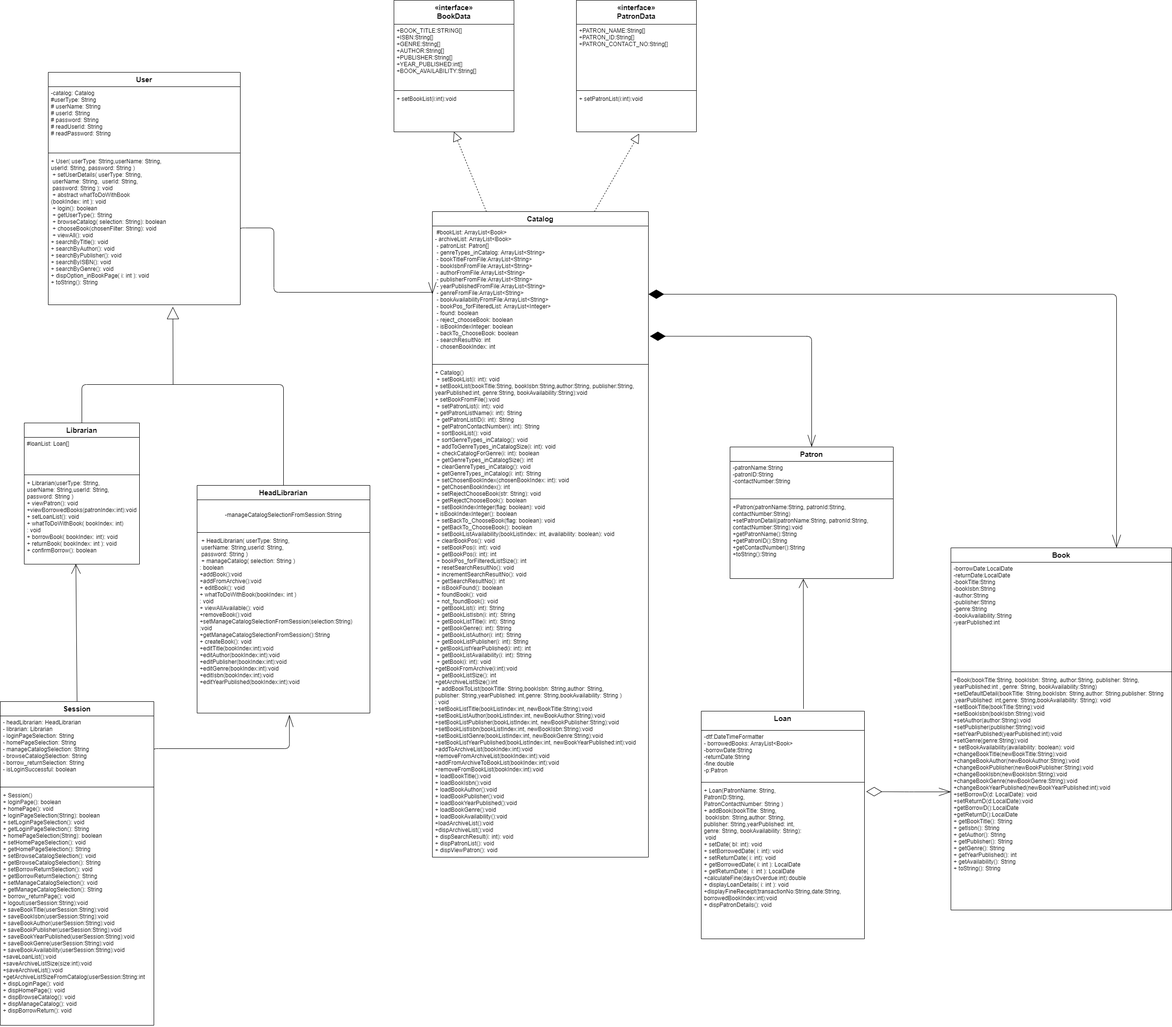
The draw.io diagram Library Management System/src/LMS_ClassDiagram.png in leonardHD0433/Library-Management-System, before a commit. Source tidied: cells renumbered, new cells last; positions are measured from the earlier drawing's top-left corner, leaving out a move shared by most shapes.
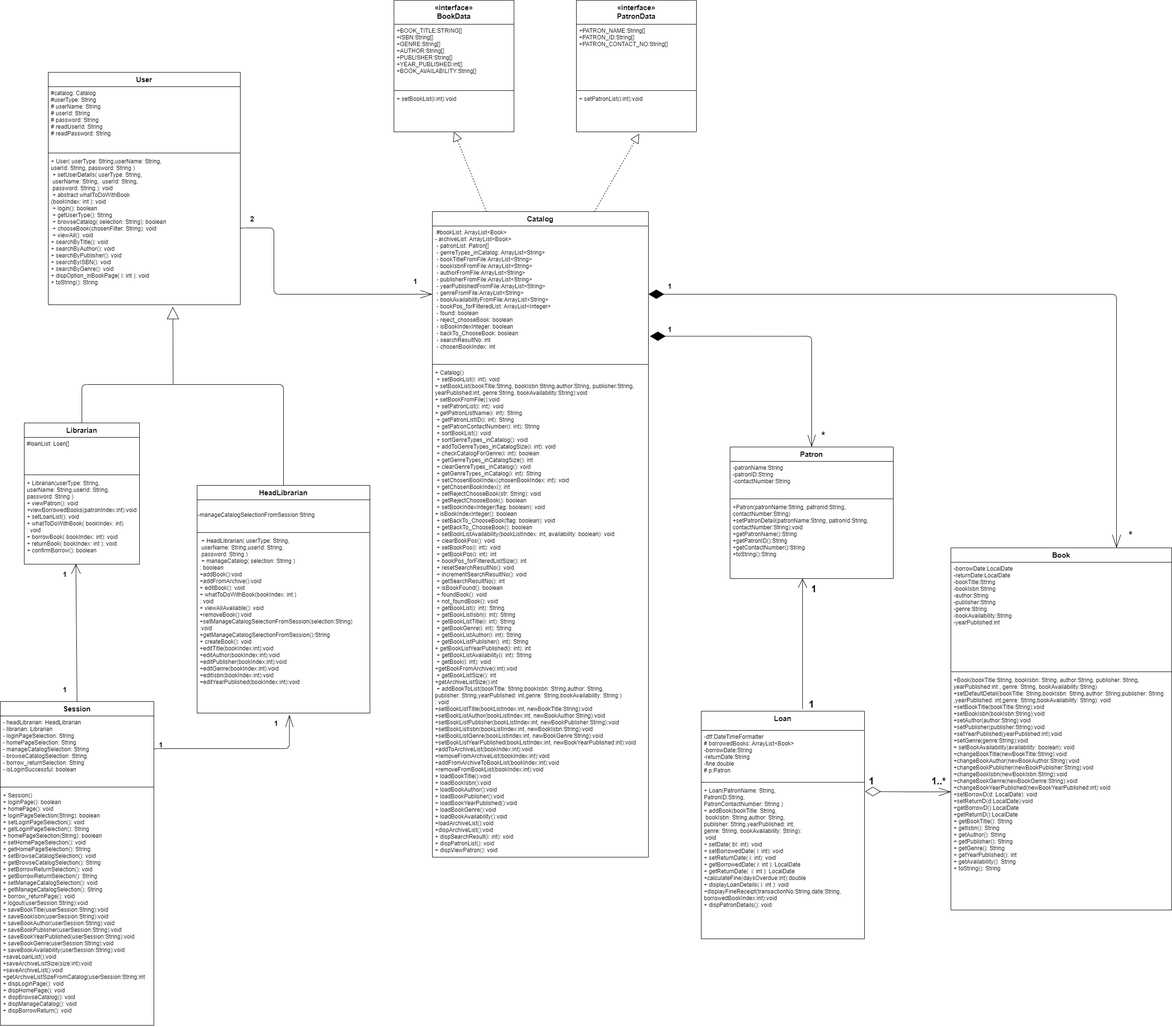
Later version of the same file.

What changed in the source:
```diff
@@ -38,7 +38,7 @@
     <mxCell id="13" value="Loan" style="swimlane;fontStyle=1;align=center;verticalAlign=top;horizontal=1;startSize=40;fontSize=15;" parent="1" vertex="1">
       <mxGeometry x="1460" y="1480" width="340" height="474" as="geometry" />
     </mxCell>
-    <mxCell id="14" value="-dtf:DateTimeFormatter&#10;- borrowedBooks: ArrayList&lt;Book&gt;&#10;-borrowDate:String&#10;-returnDate:String&#10;-fine:double&#10;-p:Patron" style="text;strokeColor=none;fillColor=none;align=left;verticalAlign=top;spacingLeft=4;spacingRight=4;overflow=hidden;" parent="13" vertex="1">
+    <mxCell id="14" value="-dtf:DateTimeFormatter&#10;# borrowedBooks: ArrayList&lt;Book&gt;&#10;-borrowDate:String&#10;-returnDate:String&#10;-fine:double&#10;# p:Patron" style="text;strokeColor=none;fillColor=none;align=left;verticalAlign=top;spacingLeft=4;spacingRight=4;overflow=hidden;" parent="13" vertex="1">
       <mxGeometry y="40" width="340" height="104" as="geometry" />
     </mxCell>
     <mxCell id="15" style="line;strokeWidth=1;fillColor=none;align=left;verticalAlign=middle;spacingTop=-1;spacingLeft=3;spacingRight=3;labelPosition=right;strokeColor=inherit;" parent="13" vertex="1">
@@ -65,7 +65,7 @@
     <mxCell id="22" value="User" style="swimlane;fontStyle=1;align=center;verticalAlign=top;horizontal=1;startSize=30;fontSize=15;" parent="1" vertex="1">
       <mxGeometry x="100" y="150" width="400" height="484" as="geometry" />
     </mxCell>
-    <mxCell id="23" value="-catalog: Catalog     &#10;#userType: String     &#10;# userName: String     &#10;# userId: String       &#10;# password: String     &#10;# readUserId: String  &#10;# readPassword: String " style="text;strokeColor=none;fillColor=none;align=left;verticalAlign=top;spacingLeft=4;spacingRight=4;overflow=hidden;" parent="22" vertex="1">
+    <mxCell id="23" value="#catalog: Catalog     &#10;#userType: String     &#10;# userName: String     &#10;# userId: String       &#10;# password: String     &#10;# readUserId: String  &#10;# readPassword: String " style="text;strokeColor=none;fillColor=none;align=left;verticalAlign=top;spacingLeft=4;spacingRight=4;overflow=hidden;" parent="22" vertex="1">
       <mxGeometry y="30" width="400" height="134" as="geometry" />
     </mxCell>
     <mxCell id="24" style="line;strokeWidth=1;fillColor=none;align=left;verticalAlign=middle;spacingTop=-1;spacingLeft=3;spacingRight=3;labelPosition=right;strokeColor=inherit;" parent="22" vertex="1">
@@ -85,7 +85,7 @@
     <mxCell id="27" value="HeadLibrarian" style="swimlane;fontStyle=1;align=center;verticalAlign=top;horizontal=1;startSize=30;fontSize=15;" parent="1" vertex="1">
       <mxGeometry x="410" y="1010" width="360" height="474" as="geometry" />
     </mxCell>
-    <mxCell id="28" value="-manageCatalogSelectionFromSession:String" style="text;strokeColor=none;align=center;fillColor=none;html=1;verticalAlign=middle;whiteSpace=wrap;rounded=0;" parent="27" vertex="1">
+    <mxCell id="28" value="-manageCatalogSelectionFromSession:String" style="text;strokeColor=none;align=left;fillColor=none;html=1;verticalAlign=middle;whiteSpace=wrap;rounded=0;" parent="27" vertex="1">
       <mxGeometry y="30" width="360" height="64" as="geometry" />
     </mxCell>
     <mxCell id="29" style="line;strokeWidth=1;fillColor=none;align=left;verticalAlign=middle;spacingTop=-1;spacingLeft=3;spacingRight=3;labelPosition=right;strokeColor=inherit;" parent="27" vertex="1">
@@ -115,11 +115,16 @@
     <mxCell id="35" value="+ Librarian(userType: String, &#10;userName: String,userId: String, &#10;password: String )                  &#10;+ viewPatron(): void&#10;+viewBorrowedBooks(patronIndex:int):void &#10;+ setLoanList(): void &#10;+ whatToDoWithBook( bookIndex: int)&#10;: void  &#10;+ borrowBook( bookIndex: int): void  &#10;+ returnBook( bookIndex: int ): void    &#10;+ confirmBorrow(): boolean " style="text;strokeColor=none;fillColor=none;align=left;verticalAlign=top;spacingLeft=4;spacingRight=4;overflow=hidden;points=[[0,0.5],[1,0.5]];portConstraint=eastwest;" parent="32" vertex="1">
       <mxGeometry y="112" width="240" height="182" as="geometry" />
     </mxCell>
-    <mxCell id="36" style="edgeStyle=elbowEdgeStyle;html=1;exitX=0;exitY=0.5;exitDx=0;exitDy=0;entryX=1.011;entryY=0.048;entryDx=0;entryDy=0;endArrow=diamondThin;endFill=0;endSize=30;startArrow=openThin;startFill=0;entryPerimeter=0;startSize=23;" parent="1" edge="1" source="6" target="16">
+    <mxCell id="36" style="edgeStyle=elbowEdgeStyle;html=1;exitX=0;exitY=0.5;exitDx=0;exitDy=0;entryX=1.003;entryY=0.047;entryDx=0;entryDy=0;endArrow=diamondThin;endFill=0;endSize=30;startArrow=openThin;startFill=0;entryPerimeter=0;startSize=23;" parent="1" edge="1" source="6" target="16">
       <mxGeometry relative="1" as="geometry" />
     </mxCell>
-    <mxCell id="37" style="edgeStyle=elbowEdgeStyle;html=1;exitX=0.449;exitY=1.002;exitDx=0;exitDy=0;entryX=0.621;entryY=-0.01;entryDx=0;entryDy=0;endArrow=none;endFill=0;endSize=17;startArrow=open;startFill=0;startSize=17;exitPerimeter=0;entryPerimeter=0;" parent="1" edge="1" source="21" target="13">
-      <mxGeometry relative="1" as="geometry" />
+    <mxCell id="37" style="edgeStyle=elbowEdgeStyle;html=1;entryX=0.621;entryY=-0.01;entryDx=0;entryDy=0;endArrow=none;endFill=0;endSize=17;startArrow=open;startFill=0;startSize=17;entryPerimeter=0;" parent="1" edge="1" target="13">
+      <mxGeometry relative="1" as="geometry">
+        <mxPoint x="1671" y="1204" as="sourcePoint" />
+        <Array as="points">
+          <mxPoint x="1671" y="1340" />
+        </Array>
+      </mxGeometry>
     </mxCell>
     <mxCell id="38" value="Session" style="swimlane;fontStyle=1;align=center;verticalAlign=top;horizontal=1;startSize=30;fontSize=15;" parent="1" vertex="1">
       <mxGeometry y="1460" width="320" height="674" as="geometry" />
@@ -175,10 +180,53 @@
     <mxCell id="53" style="edgeStyle=orthogonalEdgeStyle;html=1;exitX=1;exitY=0.5;exitDx=0;exitDy=0;entryX=0;entryY=0.5;entryDx=0;entryDy=0;startArrow=none;startFill=0;endArrow=openThin;endFill=0;startSize=23;endSize=23;" parent="1" edge="1" source="25" target="10">
       <mxGeometry relative="1" as="geometry">
         <Array as="points">
+          <mxPoint x="500" y="474" />
           <mxPoint x="570" y="474" />
-          <mxPoint x="570" y="608" />
+          <mxPoint x="570" y="612" />
         </Array>
       </mxGeometry>
     </mxCell>
+    <mxCell id="54" value="1" style="text;strokeColor=none;align=center;fillColor=none;html=1;verticalAlign=middle;whiteSpace=wrap;rounded=0;fontSize=15;fontStyle=1;" parent="1" vertex="1">
+      <mxGeometry x="1380" y="670" width="30" height="30" as="geometry" />
+    </mxCell>
+    <mxCell id="55" value="*" style="text;strokeColor=none;align=center;fillColor=none;html=1;verticalAlign=middle;whiteSpace=wrap;rounded=0;fontSize=20;fontStyle=1;" parent="1" vertex="1">
+      <mxGeometry x="1700" y="890" width="30" height="30" as="geometry" />
+    </mxCell>
+    <mxCell id="56" value="1" style="text;strokeColor=none;align=center;fillColor=none;html=1;verticalAlign=middle;whiteSpace=wrap;rounded=0;fontSize=15;fontStyle=1;" parent="1" vertex="1">
+      <mxGeometry x="1380" y="580" width="30" height="30" as="geometry" />
+    </mxCell>
+    <mxCell id="57" value="&lt;font style=&quot;font-size: 20px;&quot;&gt;*&lt;/font&gt;" style="text;strokeColor=none;align=center;fillColor=none;html=1;verticalAlign=middle;whiteSpace=wrap;rounded=0;fontSize=15;fontStyle=1;" parent="1" vertex="1">
+      <mxGeometry x="2340" y="1097" width="30" height="30" as="geometry" />
+    </mxCell>
+    <mxCell id="58" value="1" style="text;strokeColor=none;align=center;fillColor=none;html=1;verticalAlign=middle;whiteSpace=wrap;rounded=0;fontSize=20;fontStyle=1;" parent="1" vertex="1">
+      <mxGeometry x="1680" y="1210" width="30" height="30" as="geometry" />
+    </mxCell>
+    <mxCell id="59" value="1" style="text;strokeColor=none;align=center;fillColor=none;html=1;verticalAlign=middle;whiteSpace=wrap;rounded=0;fontSize=20;fontStyle=1;" parent="1" vertex="1">
+      <mxGeometry x="1675" y="1450" width="30" height="30" as="geometry" />
+    </mxCell>
+    <mxCell id="60" value="1" style="text;strokeColor=none;align=center;fillColor=none;html=1;verticalAlign=middle;whiteSpace=wrap;rounded=0;fontSize=20;fontStyle=1;" parent="1" vertex="1">
+      <mxGeometry x="1800" y="1610" width="30" height="30" as="geometry" />
+    </mxCell>
+    <mxCell id="61" value="1..*" style="text;strokeColor=none;align=center;fillColor=none;html=1;verticalAlign=middle;whiteSpace=wrap;rounded=0;fontSize=20;fontStyle=1;" parent="1" vertex="1">
+      <mxGeometry x="1940" y="1610" width="30" height="30" as="geometry" />
+    </mxCell>
+    <mxCell id="62" value="1" style="text;strokeColor=none;align=center;fillColor=none;html=1;verticalAlign=middle;whiteSpace=wrap;rounded=0;fontSize=15;fontStyle=1;" parent="1" vertex="1">
+      <mxGeometry x="850" y="570" width="30" height="30" as="geometry" />
+    </mxCell>
+    <mxCell id="63" value="2" style="text;strokeColor=none;align=center;fillColor=none;html=1;verticalAlign=middle;whiteSpace=wrap;rounded=0;fontSize=15;fontStyle=1;" parent="1" vertex="1">
+      <mxGeometry x="510" y="440" width="30" height="30" as="geometry" />
+    </mxCell>
+    <mxCell id="64" value="1" style="text;strokeColor=none;align=center;fillColor=none;html=1;verticalAlign=middle;whiteSpace=wrap;rounded=0;fontSize=15;fontStyle=1;" parent="1" vertex="1">
+      <mxGeometry x="120" y="1180" width="30" height="30" as="geometry" />
+    </mxCell>
+    <mxCell id="65" value="1" style="text;strokeColor=none;align=center;fillColor=none;html=1;verticalAlign=middle;whiteSpace=wrap;rounded=0;fontSize=15;fontStyle=1;" parent="1" vertex="1">
+      <mxGeometry x="120" y="1420" width="30" height="30" as="geometry" />
+    </mxCell>
+    <mxCell id="66" value="1" style="text;strokeColor=none;align=center;fillColor=none;html=1;verticalAlign=middle;whiteSpace=wrap;rounded=0;fontSize=15;fontStyle=1;" parent="1" vertex="1">
+      <mxGeometry x="560" y="1490" width="30" height="30" as="geometry" />
+    </mxCell>
+    <mxCell id="67" value="1" style="text;strokeColor=none;align=center;fillColor=none;html=1;verticalAlign=middle;whiteSpace=wrap;rounded=0;fontSize=15;fontStyle=1;" parent="1" vertex="1">
+      <mxGeometry x="320" y="1535" width="30" height="30" as="geometry" />
+    </mxCell>
   </root>
 </mxGraphModel>
```
